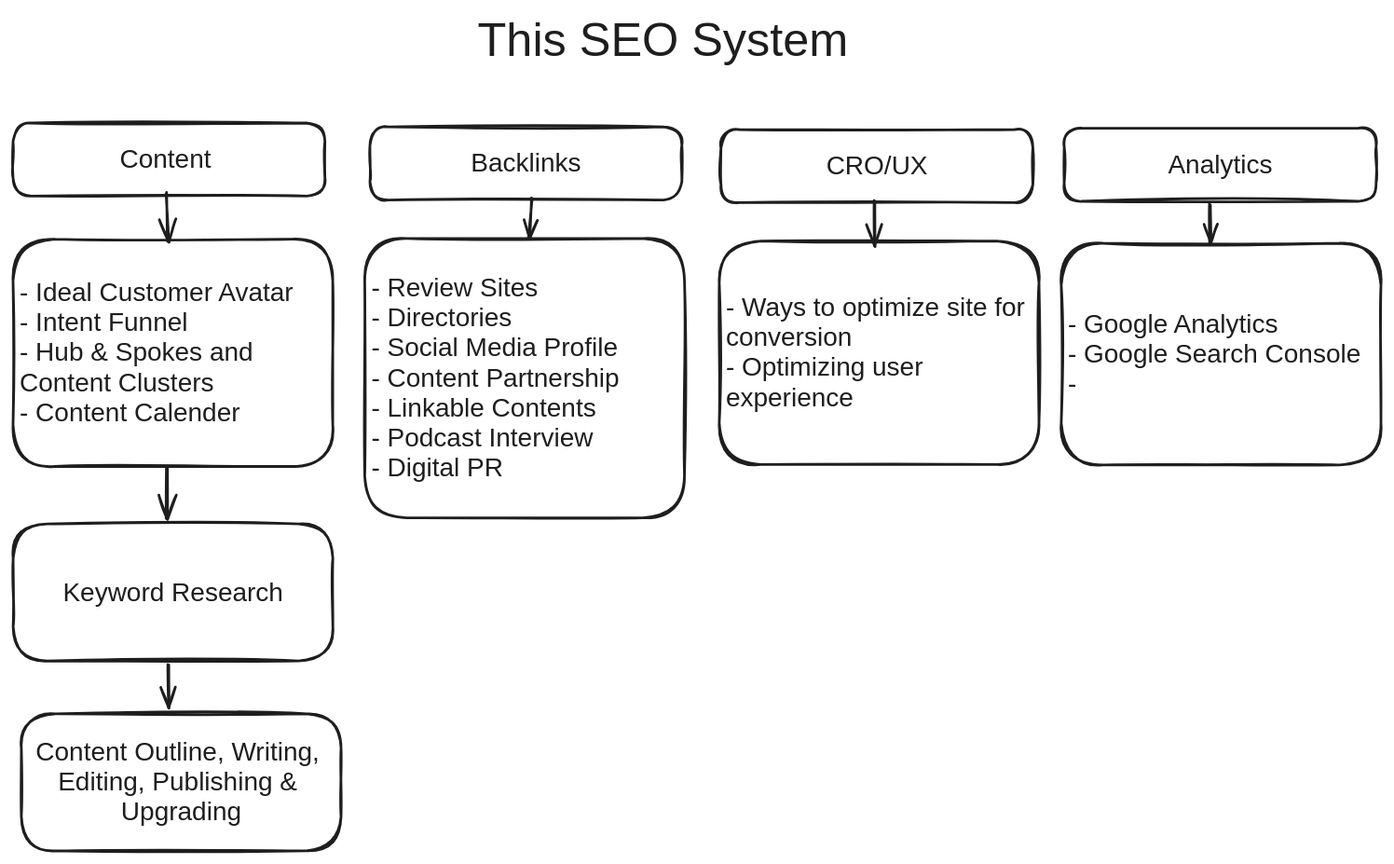
This is QuickNotes/20240526 The SEO System.excalidraw.svg from mshafat/noteshub, a Excalidraw export, as it was before one commit. Source tidied: one line per element, renumbered; positions are measured from the earlier drawing's top-left corner, leaving out a move shared by most shapes.
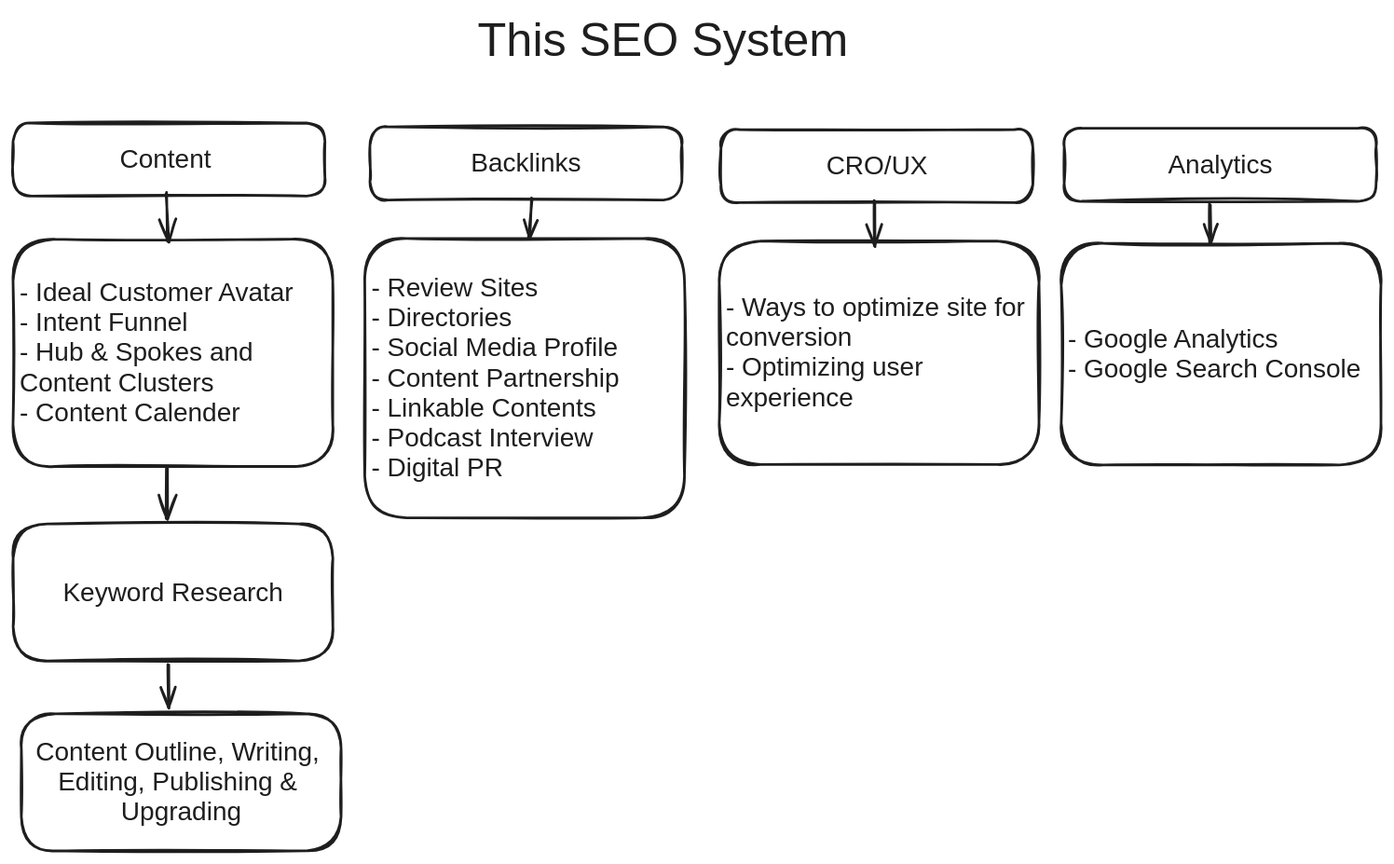
After the change.

Change to the diagram source:
```diff
@@ -18,7 +18,7 @@
 {"id": 17, "type": "rectangle", "strokeColor": "#1e1e1e", "strokeWidth": 2, "roughness": 1, "round": true, "x": 541, "y": 175, "width": 245, "height": 171}
 {"id": 18, "type": "text", "text": "- Ways to optimize site for \nconversion \n- Optimizing user \nexperience ", "strokeColor": "#1e1e1e", "strokeWidth": 2, "roughness": 1, "fontSize": 20, "fontFamily": 2, "verticalAlign": "middle", "inside": 17, "x": 546, "y": 214, "width": 235, "height": 92}
 {"id": 19, "type": "rectangle", "strokeColor": "#1e1e1e", "strokeWidth": 2, "roughness": 1, "round": true, "x": 803, "y": 176, "width": 245, "height": 170}
-{"id": 20, "type": "text", "text": "- Google Analytics\n- Google Search Console\n- ", "strokeColor": "#1e1e1e", "strokeWidth": 2, "roughness": 1, "fontSize": 20, "fontFamily": 2, "verticalAlign": "middle", "inside": 19, "x": 808, "y": 227, "width": 225, "height": 69}
+{"id": 20, "type": "text", "text": "- Google Analytics\n- Google Search Console", "strokeColor": "#1e1e1e", "strokeWidth": 2, "roughness": 1, "fontSize": 20, "fontFamily": 2, "verticalAlign": "middle", "inside": 19, "x": 808, "y": 238, "width": 225, "height": 46}
 {"id": 21, "type": "arrow", "strokeColor": "#1e1e1e", "strokeWidth": 2, "roughness": 1, "endArrowhead": "arrow", "round": true, "x": 117, "y": 138, "width": 1, "height": 37, "points": [[0, 0], [1, 37]]}
 {"id": 22, "type": "arrow", "strokeColor": "#1e1e1e", "strokeWidth": 2, "roughness": 1, "endArrowhead": "arrow", "round": true, "from": 11, "x": 398, "y": 142, "width": 2, "height": 30, "points": [[0, 0], [-2, 30]]}
 {"id": 23, "type": "arrow", "strokeColor": "#1e1e1e", "strokeWidth": 2, "roughness": 1, "endArrowhead": "arrow", "round": true, "from": 17, "x": 660, "y": 144, "width": 0, "height": 34, "points": [[0, 0], [0, 34]]}
```
